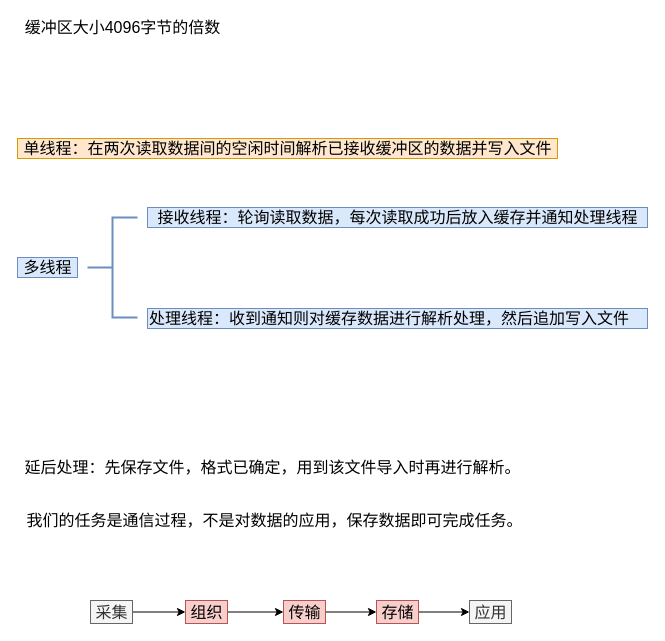
The draw.io diagram page "多线程保存数据" (4 of 6) of Untitled Diagram.drawio in fuxinsen/test, before the edit. Source tidied: cells renumbered, new cells numbered last; positions are measured from the earlier drawing's top-left corner, leaving out a move shared by most shapes. Both pictures are drawn from the tidied source at 100%, with x=0, y=0 at pixel (17, 17).
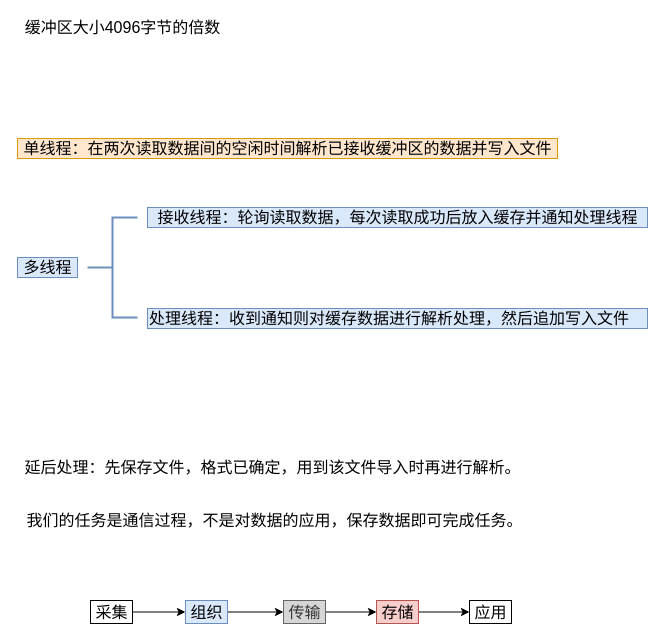
The same diagram, later.

Change to the diagram source:
```diff
@@
 <mxGraphModel>
   <root>
     <mxCell id="0" />
     <mxCell id="1" parent="0" />
     <mxCell id="2" style="strokeWidth=2;html=1;shape=mxgraph.flowchart.annotation_2;align=left;labelPosition=right;shadow=0;fontSize=16;startSize=0;fillColor=#dae8fc;strokeColor=#6c8ebf;" parent="1" vertex="1">
       <mxGeometry x="70" y="200" width="50" height="100" as="geometry" />
     </mxCell>
     <mxCell id="3" value="多线程" style="text;html=1;align=center;verticalAlign=middle;strokeColor=#6c8ebf;fontSize=16;fillColor=#dae8fc;" parent="1" vertex="1">
       <mxGeometry y="240" width="60" height="20" as="geometry" />
     </mxCell>
     <mxCell id="4" value="接收线程：轮询读取数据，每次读取成功后放入缓存并通知处理线程" style="text;html=1;align=center;verticalAlign=middle;strokeColor=#6c8ebf;fontSize=16;fillColor=#dae8fc;" parent="1" vertex="1">
       <mxGeometry x="130" y="190" width="500" height="20" as="geometry" />
     </mxCell>
     <mxCell id="5" value="单线程：在两次读取数据间的空闲时间解析已接收缓冲区的数据并写入文件" style="text;html=1;align=center;verticalAlign=middle;strokeColor=#d79b00;fontSize=16;fillColor=#ffe6cc;" parent="1" vertex="1">
       <mxGeometry y="121" width="540" height="20" as="geometry" />
     </mxCell>
     <mxCell id="6" value="处理线程：收到通知则对缓存数据进行解析处理，然后追加写入文件" style="text;html=1;align=left;verticalAlign=middle;strokeColor=#6c8ebf;fontSize=16;fillColor=#dae8fc;" parent="1" vertex="1">
       <mxGeometry x="130" y="291" width="500" height="20" as="geometry" />
     </mxCell>
     <mxCell id="7" value="缓冲区大小4096字节的倍数" style="text;html=1;align=center;verticalAlign=middle;strokeColor=none;fontSize=16;" parent="1" vertex="1">
       <mxGeometry width="210" height="20" as="geometry" />
     </mxCell>
     <mxCell id="8" value="延后处理：先保存文件，格式已确定，用到该文件导入时再进行解析。" style="text;html=1;align=center;verticalAlign=middle;strokeColor=none;fontSize=16;" parent="1" vertex="1">
       <mxGeometry y="440" width="510" height="20" as="geometry" />
     </mxCell>
     <mxCell id="9" value="我们的任务是通信过程，不是对数据的应用，保存数据即可完成任务。" style="text;html=1;align=center;verticalAlign=middle;strokeColor=none;fontSize=16;" parent="1" vertex="1">
       <mxGeometry x="4" y="491" width="506" height="23" as="geometry" />
     </mxCell>
     <mxCell id="10" style="edgeStyle=orthogonalEdgeStyle;rounded=0;jettySize=auto;html=1;fontSize=16;startArrow=none;startFill=0;strokeWidth=1;" parent="1" edge="1" source="11" target="16">
       <mxGeometry relative="1" as="geometry" />
     </mxCell>
-    <mxCell id="11" value="采集" style="text;html=1;align=center;verticalAlign=middle;points=[];strokeColor=#666666;fontSize=16;fillColor=#f5f5f5;fontColor=#333333;" parent="1" vertex="1">
+    <mxCell id="11" value="采集" style="text;html=1;align=center;verticalAlign=middle;points=[];fontSize=16;strokeColor=#000000;" parent="1" vertex="1">
       <mxGeometry x="73" y="583" width="42" height="23" as="geometry" />
     </mxCell>
     <mxCell id="12" style="edgeStyle=orthogonalEdgeStyle;rounded=0;jettySize=auto;html=1;fontSize=16;startSize=0;strokeWidth=1;" parent="1" edge="1" source="13" target="14">
       <mxGeometry relative="1" as="geometry" />
     </mxCell>
     <mxCell id="13" value="存储" style="text;html=1;align=center;verticalAlign=middle;points=[];strokeColor=#b85450;fontSize=16;fillColor=#f8cecc;" parent="1" vertex="1">
       <mxGeometry x="359" y="583" width="42" height="23" as="geometry" />
     </mxCell>
-    <mxCell id="14" value="应用" style="text;html=1;align=center;verticalAlign=middle;points=[];strokeColor=#666666;fontSize=16;fillColor=#f5f5f5;fontColor=#333333;" parent="1" vertex="1">
+    <mxCell id="14" value="应用" style="text;html=1;align=center;verticalAlign=middle;points=[];fontSize=16;strokeColor=#000000;" parent="1" vertex="1">
       <mxGeometry x="452" y="583" width="42" height="23" as="geometry" />
     </mxCell>
     <mxCell id="15" style="edgeStyle=orthogonalEdgeStyle;rounded=0;jettySize=auto;html=1;fontSize=16;startArrow=none;startFill=0;strokeWidth=1;" parent="1" edge="1" source="16" target="18">
       <mxGeometry relative="1" as="geometry" />
     </mxCell>
-    <mxCell id="16" value="组织" style="text;html=1;align=center;verticalAlign=middle;points=[];strokeColor=#b85450;fontSize=16;fillColor=#f8cecc;" parent="1" vertex="1">
+    <mxCell id="16" value="组织" style="text;html=1;align=center;verticalAlign=middle;points=[];strokeColor=#6c8ebf;fontSize=16;fillColor=#dae8fc;" parent="1" vertex="1">
       <mxGeometry x="168" y="583" width="42" height="23" as="geometry" />
     </mxCell>
     <mxCell id="17" style="edgeStyle=orthogonalEdgeStyle;rounded=0;jettySize=auto;html=1;fontSize=16;startArrow=none;startFill=0;strokeWidth=1;" parent="1" edge="1" source="18" target="13">
       <mxGeometry relative="1" as="geometry" />
     </mxCell>
-    <mxCell id="18" value="传输" style="text;html=1;align=center;verticalAlign=middle;points=[];strokeColor=#b85450;fontSize=16;fillColor=#f8cecc;" parent="1" vertex="1">
+    <mxCell id="18" value="传输" style="text;html=1;align=center;verticalAlign=middle;points=[];strokeColor=#666666;fontSize=16;fontColor=#333333;fillColor=#D6D6D6;" parent="1" vertex="1">
       <mxGeometry x="266" y="583" width="42" height="23" as="geometry" />
     </mxCell>
   </root>
 </mxGraphModel>
```
